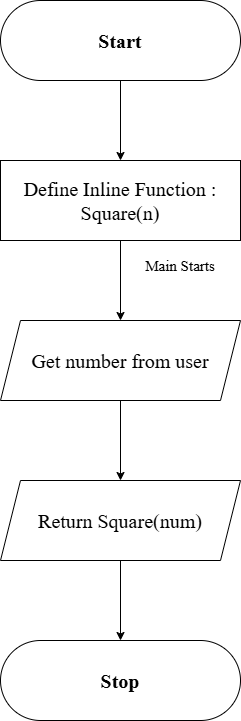
This is ImplementInline/FlowchartInlineFn.drawio.png from VIGNESHWAR2058/Record-3-and-4, a draw.io export, as it was before one commit. Source tidied: cells renumbered, new cells last; positions are measured from the earlier drawing's top-left corner, leaving out a move shared by most shapes.
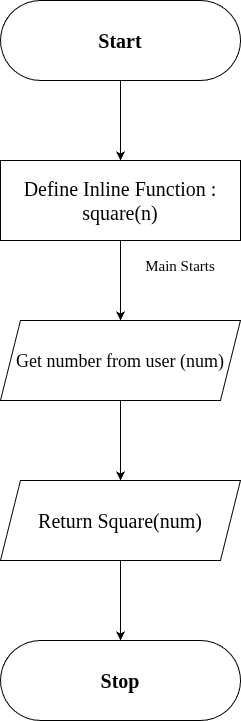
Above is the later version.

What changed in the source:
```diff
@@ -17,7 +17,7 @@
     <mxCell id="6" style="edgeStyle=orthogonalEdgeStyle;rounded=0;jettySize=auto;html=1;fontFamily=Times New Roman;" parent="1" edge="1" source="7" target="11">
       <mxGeometry relative="1" as="geometry" />
     </mxCell>
-    <mxCell id="7" value="&lt;span style=&quot;font-weight: 400;&quot;&gt;Define Inline Function : Square(n)&lt;/span&gt;" style="text;html=1;whiteSpace=wrap;strokeColor=none;fillColor=none;align=center;verticalAlign=middle;rounded=0;fontSize=20;fontStyle=1;fontFamily=Times New Roman;" parent="1" vertex="1">
+    <mxCell id="7" value="&lt;span style=&quot;font-weight: 400;&quot;&gt;Define Inline Function : square(n)&lt;/span&gt;" style="text;html=1;whiteSpace=wrap;strokeColor=none;fillColor=none;align=center;verticalAlign=middle;rounded=0;fontSize=20;fontStyle=1;fontFamily=Times New Roman;" parent="1" vertex="1">
       <mxGeometry y="160" width="240" height="80" as="geometry" />
     </mxCell>
     <mxCell id="8" value="&lt;font style=&quot;font-size: 15px;&quot;&gt;Main Starts&lt;/font&gt;" style="text;html=1;whiteSpace=wrap;strokeColor=none;fillColor=none;align=center;verticalAlign=middle;rounded=0;fontFamily=Times New Roman;" parent="1" vertex="1">
@@ -29,7 +29,7 @@
     <mxCell id="10" style="edgeStyle=orthogonalEdgeStyle;rounded=0;jettySize=auto;html=1;fontFamily=Times New Roman;" parent="1" edge="1" source="11" target="14">
       <mxGeometry relative="1" as="geometry" />
     </mxCell>
-    <mxCell id="11" value="&lt;span style=&quot;font-weight: 400;&quot;&gt;Get number from user&lt;/span&gt;" style="text;html=1;whiteSpace=wrap;strokeColor=none;fillColor=none;align=center;verticalAlign=middle;rounded=0;fontSize=20;fontStyle=1;fontFamily=Times New Roman;" parent="1" vertex="1">
+    <mxCell id="11" value="&lt;span style=&quot;font-weight: 400;&quot;&gt;&lt;font style=&quot;font-size: 18px;&quot;&gt;Get number from user (num)&lt;/font&gt;&lt;/span&gt;" style="text;html=1;whiteSpace=wrap;strokeColor=none;fillColor=none;align=center;verticalAlign=middle;rounded=0;fontSize=20;fontStyle=1;fontFamily=Times New Roman;" parent="1" vertex="1">
       <mxGeometry y="320" width="240" height="80" as="geometry" />
     </mxCell>
     <mxCell id="12" style="shape=parallelogram;perimeter=parallelogramPerimeter;whiteSpace=wrap;html=1;fixedSize=1;fontFamily=Times New Roman;" parent="1" vertex="1">
```
